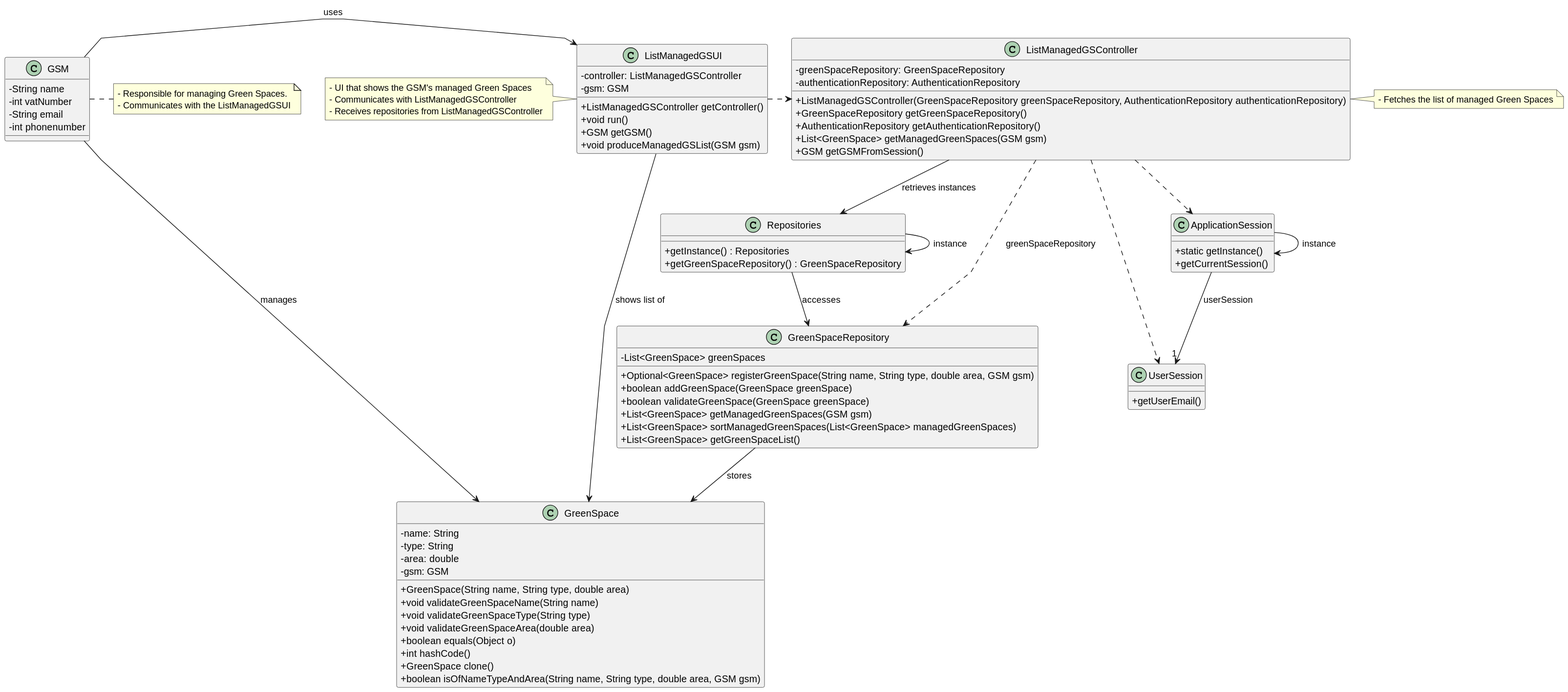
The PlantUML diagram docs/sprint3/us027/03.design/svg/us027-class-diagram.svg in tiagosoa/lei-24-s2-1dgh-g073, before a commit. The source it was exported from:
```plantuml
@startuml
skinparam packageStyle rectangle
skinparam shadowing false
skinparam linetype polyline

skinparam classAttributeIconSize 0


class ApplicationSession
{
    + static getInstance()
    + getCurrentSession()
}

class UserSession
{
    + getUserEmail()
}

class GreenSpace {
    - name: String
    - type: String
    - area: double
    - gsm: GSM
    + GreenSpace(String name, String type, double area)
    + void validateGreenSpaceName(String name)
    + void validateGreenSpaceType(String type)
    + void validateGreenSpaceArea(double area)
    + boolean equals(Object o)
    + int hashCode()
    + GreenSpace clone()
    + boolean isOfNameTypeAndArea(String name, String type, double area, GSM gsm)
}

class GreenSpaceRepository {
  - List<GreenSpace> greenSpaces
  + Optional<GreenSpace> registerGreenSpace(String name, String type, double area, GSM gsm)
  + boolean addGreenSpace(GreenSpace greenSpace)
  + boolean validateGreenSpace(GreenSpace greenSpace)
  + List<GreenSpace> getManagedGreenSpaces(GSM gsm)
  + List<GreenSpace> sortManagedGreenSpaces(List<GreenSpace> managedGreenSpaces)
  + List<GreenSpace> getGreenSpaceList()
}

class Repositories {
  + getInstance() : Repositories
  + getGreenSpaceRepository() : GreenSpaceRepository
}

class ListManagedGSUI {
  - controller: ListManagedGSController
  - gsm: GSM
  + ListManagedGSController getController()
  + void run()
  + GSM getGSM()
  + void produceManagedGSList(GSM gsm)
}

class ListManagedGSController {
  - greenSpaceRepository: GreenSpaceRepository
  - authenticationRepository: AuthenticationRepository
  + ListManagedGSController(GreenSpaceRepository greenSpaceRepository, AuthenticationRepository authenticationRepository)
  + GreenSpaceRepository getGreenSpaceRepository()
  + AuthenticationRepository getAuthenticationRepository()
  + List<GreenSpace> getManagedGreenSpaces(GSM gsm)
  + GSM getGSMFromSession()
}

class GSM {
   - String name
   - int vatNumber
   - String email
   - int phonenumber
}

note right of ListManagedGSController
  - Fetches the list of managed Green Spaces
end note

note right of GSM
 - Responsible for managing Green Spaces.
 - Communicates with the ListManagedGSUI
end note

note left of ListManagedGSUI
  - UI that shows the GSM's managed Green Spaces
  - Communicates with ListManagedGSController
  - Receives repositories from ListManagedGSController
end note

GSM --> GreenSpace: manages
GSM -> ListManagedGSUI: uses
ListManagedGSUI --> GreenSpace: shows list of

Repositories -> Repositories : instance
ApplicationSession -> ApplicationSession : instance

ListManagedGSUI .> ListManagedGSController

ListManagedGSController -down-> Repositories : retrieves instances

Repositories -down-> GreenSpaceRepository : accesses

ListManagedGSController ..> GreenSpaceRepository : greenSpaceRepository

ApplicationSession --> "1" UserSession : userSession

ListManagedGSController ..> ApplicationSession
ListManagedGSController ..> UserSession

GreenSpaceRepository --> GreenSpace: stores
@enduml
```
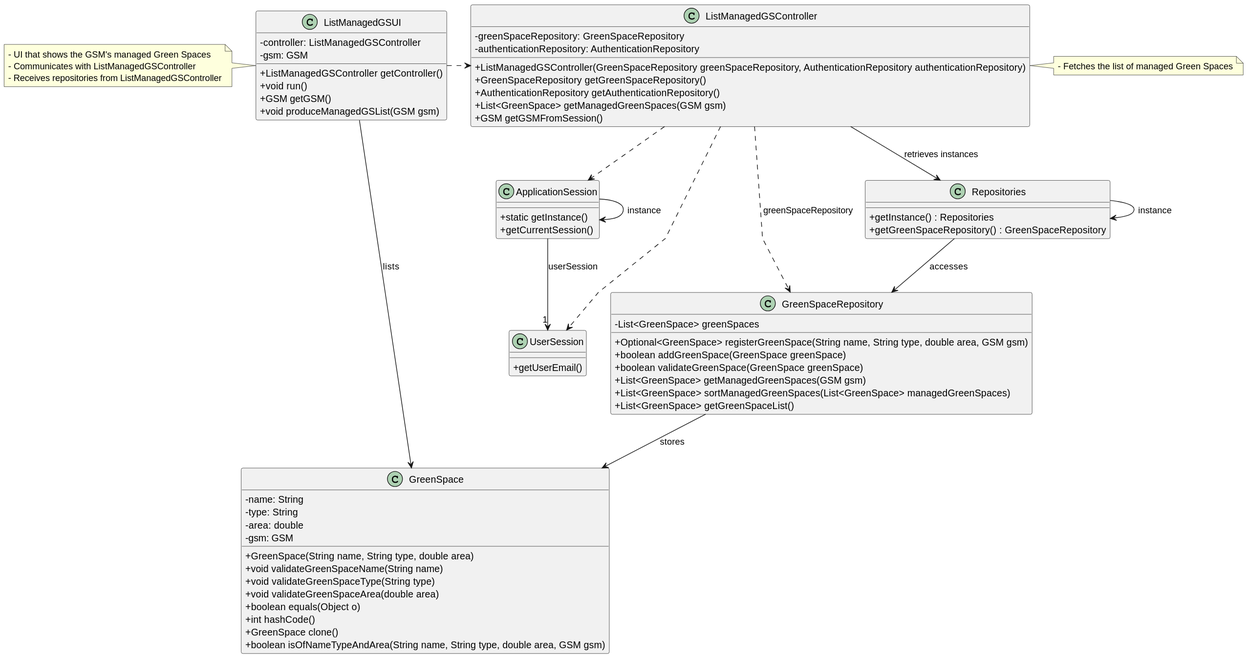
After the change.

Change to the diagram source:
```diff
@@ -66,20 +66,8 @@
   + GSM getGSMFromSession()
 }
 
-class GSM {
-   - String name
-   - int vatNumber
-   - String email
-   - int phonenumber
-}
-
 note right of ListManagedGSController
   - Fetches the list of managed Green Spaces
-end note
-
-note right of GSM
- - Responsible for managing Green Spaces.
- - Communicates with the ListManagedGSUI
 end note
 
 note left of ListManagedGSUI
@@ -88,9 +76,7 @@
   - Receives repositories from ListManagedGSController
 end note
 
-GSM --> GreenSpace: manages
-GSM -> ListManagedGSUI: uses
-ListManagedGSUI --> GreenSpace: shows list of
+ListManagedGSUI --> GreenSpace: lists
 
 Repositories -> Repositories : instance
 ApplicationSession -> ApplicationSession : instance
```
